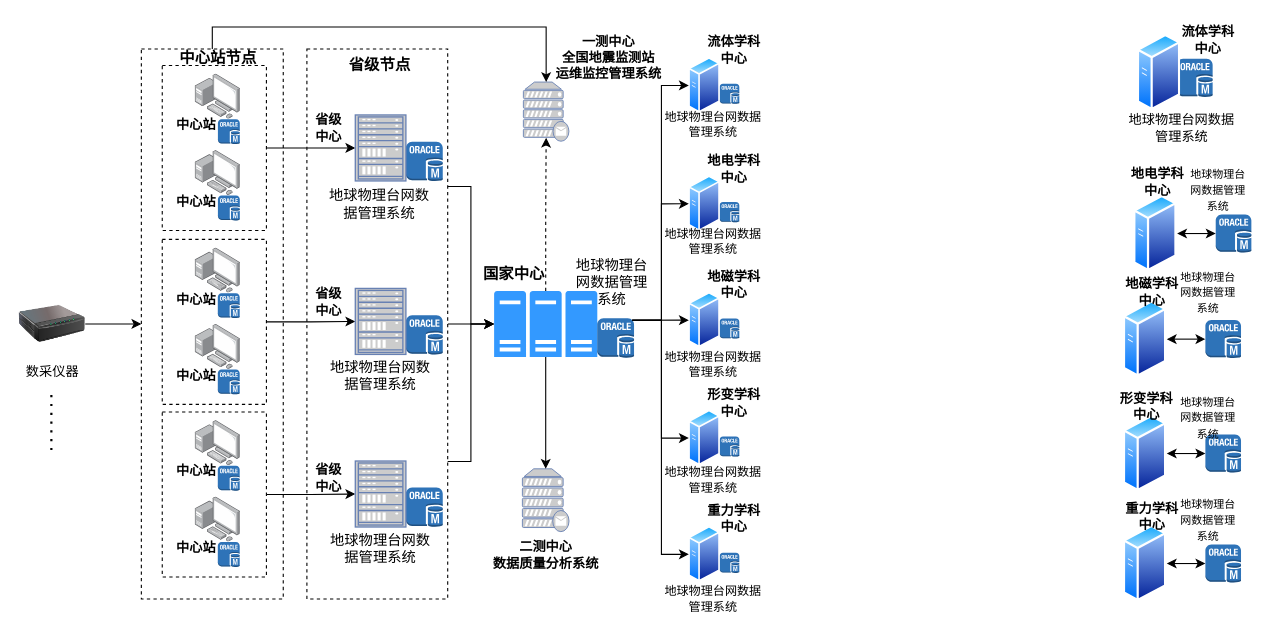
This is page "第 6 页" (6 of 16) of drawio/eq_network.drawio from raingnight/Blog_Pic, a draw.io file, before an edit. Source tidied: cells renumbered, new cells numbered last; positions are measured from the earlier drawing's top-left corner, leaving out a move shared by most shapes. Both pictures are drawn from the tidied source at 110%, with x=0, y=0 at pixel (19, 26).
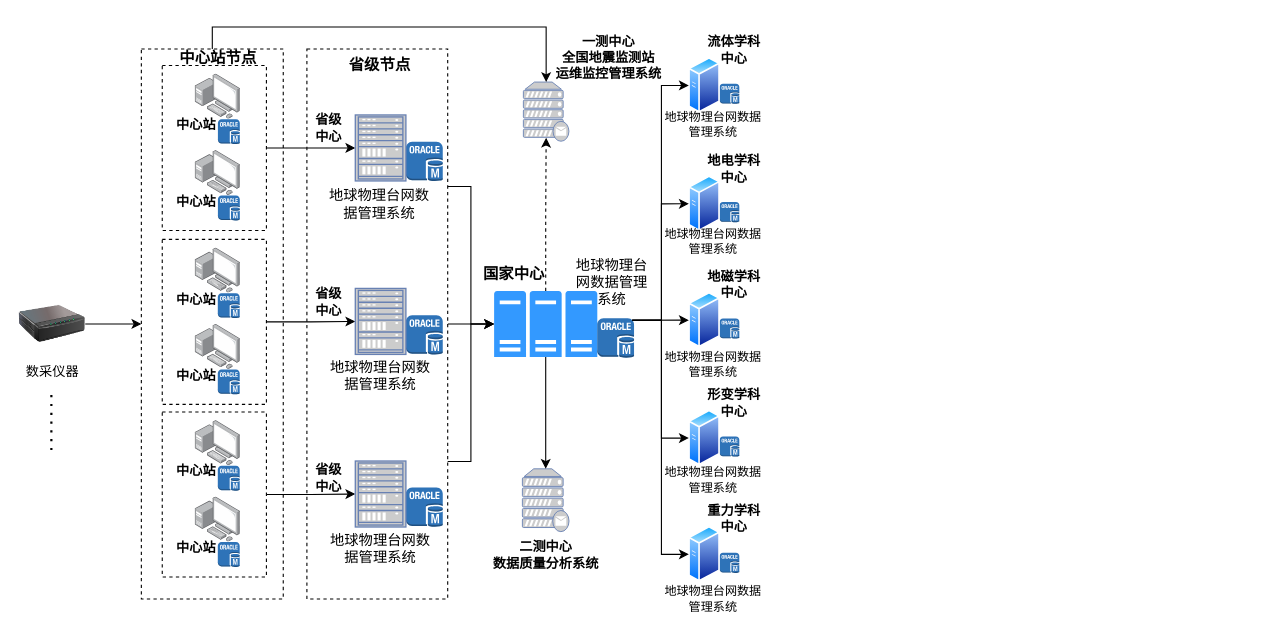
After the change.

The edit, as a diff of the source:
```diff
@@
-    <mxCell id="8" style="group;" parent="1" vertex="1">
-      <mxGeometry x="1000" y="333" width="110.7" height="90" as="geometry" />
-    </mxCell>
-    <mxCell id="9" style="outlineConnect=0;dashed=0;verticalLabelPosition=bottom;verticalAlign=top;align=center;html=1;shape=mxgraph.aws3.oracle_db_instance;fillColor=#2E73B8;gradientColor=none;" parent="8" vertex="1">
-      <mxGeometry x="78.3" y="37.4" width="32.4" height="34.8" as="geometry" />
-    </mxCell>
-    <mxCell id="10" style="image;perimeter=ellipsePerimeter;html=1;align=center;shadow=0;dashed=0;spacingTop=3;image=img/lib/active_directory/generic_server.svg;" parent="8" vertex="1">
-      <mxGeometry x="3.8" y="19.6" width="39.4" height="70.4" as="geometry" />
-    </mxCell>
-    <mxCell id="11" value="形变学科中心" style="text;html=1;strokeColor=none;fillColor=none;align=center;verticalAlign=middle;whiteSpace=wrap;rounded=0;fontStyle=1;" parent="8" vertex="1">
-      <mxGeometry width="50" height="23.5" as="geometry" />
-    </mxCell>
-    <mxCell id="12" style="edgeStyle=orthogonalEdgeStyle;rounded=0;jettySize=auto;html=1;exitX=1;exitY=0.5;exitDx=0;exitDy=0;entryX=0;entryY=0.5;entryDx=0;entryDy=0;entryPerimeter=0;startArrow=classic;startFill=1;" parent="8" edge="1" source="10" target="9">
-      <mxGeometry relative="1" as="geometry" />
-    </mxCell>
-    <mxCell id="13" value="&lt;font style=&quot;font-size: 10px;&quot;&gt;地球物理台网数据管理系统&lt;/font&gt;" style="text;html=1;strokeColor=none;fillColor=none;align=center;verticalAlign=middle;whiteSpace=wrap;rounded=0;" parent="8" vertex="1">
-      <mxGeometry x="50.7" y="7.4" width="60" height="30" as="geometry" />
-    </mxCell>
-    <mxCell id="14" style="group;" parent="1" vertex="1">
-      <mxGeometry x="1000" y="433" width="110.7" height="90" as="geometry" />
-    </mxCell>
-    <mxCell id="15" style="outlineConnect=0;dashed=0;verticalLabelPosition=bottom;verticalAlign=top;align=center;html=1;shape=mxgraph.aws3.oracle_db_instance;fillColor=#2E73B8;gradientColor=none;" parent="14" vertex="1">
-      <mxGeometry x="78.3" y="37.4" width="32.4" height="34.8" as="geometry" />
-    </mxCell>
-    <mxCell id="16" style="image;perimeter=ellipsePerimeter;html=1;align=center;shadow=0;dashed=0;spacingTop=3;image=img/lib/active_directory/generic_server.svg;" parent="14" vertex="1">
-      <mxGeometry x="3.8" y="19.6" width="39.4" height="70.4" as="geometry" />
-    </mxCell>
-    <mxCell id="17" value="重力学科中心" style="text;html=1;strokeColor=none;fillColor=none;align=center;verticalAlign=middle;whiteSpace=wrap;rounded=0;fontStyle=1;" parent="14" vertex="1">
-      <mxGeometry width="60" height="23.5" as="geometry" />
-    </mxCell>
-    <mxCell id="18" style="edgeStyle=orthogonalEdgeStyle;rounded=0;jettySize=auto;html=1;exitX=1;exitY=0.5;exitDx=0;exitDy=0;entryX=0;entryY=0.5;entryDx=0;entryDy=0;entryPerimeter=0;startArrow=classic;startFill=1;" parent="14" edge="1" source="16" target="15">
-      <mxGeometry relative="1" as="geometry" />
-    </mxCell>
-    <mxCell id="19" value="&lt;font style=&quot;font-size: 10px;&quot;&gt;地球物理台网数据管理系统&lt;/font&gt;" style="text;html=1;strokeColor=none;fillColor=none;align=center;verticalAlign=middle;whiteSpace=wrap;rounded=0;" parent="14" vertex="1">
-      <mxGeometry x="50.7" width="60" height="30" as="geometry" />
-    </mxCell>
-    <mxCell id="20" style="group;" parent="1" vertex="1">
-      <mxGeometry x="1009.4" y="133" width="110.7" height="90" as="geometry" />
-    </mxCell>
-    <mxCell id="21" style="outlineConnect=0;dashed=0;verticalLabelPosition=bottom;verticalAlign=top;align=center;html=1;shape=mxgraph.aws3.oracle_db_instance;fillColor=#2E73B8;gradientColor=none;" parent="20" vertex="1">
-      <mxGeometry x="78.3" y="37.4" width="32.4" height="34.8" as="geometry" />
-    </mxCell>
-    <mxCell id="22" style="image;perimeter=ellipsePerimeter;html=1;align=center;shadow=0;dashed=0;spacingTop=3;image=img/lib/active_directory/generic_server.svg;" parent="20" vertex="1">
-      <mxGeometry x="3.8" y="19.6" width="39.4" height="70.4" as="geometry" />
-    </mxCell>
-    <mxCell id="23" value="地电学科中心" style="text;html=1;strokeColor=none;fillColor=none;align=center;verticalAlign=middle;whiteSpace=wrap;rounded=0;fontStyle=1;" parent="20" vertex="1">
-      <mxGeometry x="0.7" y="-3.9" width="50" height="23.5" as="geometry" />
-    </mxCell>
-    <mxCell id="24" style="edgeStyle=orthogonalEdgeStyle;rounded=0;jettySize=auto;html=1;exitX=1;exitY=0.5;exitDx=0;exitDy=0;entryX=0;entryY=0.5;entryDx=0;entryDy=0;entryPerimeter=0;startArrow=classic;startFill=1;" parent="20" edge="1" source="22" target="21">
-      <mxGeometry relative="1" as="geometry" />
-    </mxCell>
-    <mxCell id="25" value="&lt;font style=&quot;font-size: 10px;&quot;&gt;地球物理台网数据管理系统&lt;/font&gt;" style="text;html=1;strokeColor=none;fillColor=none;align=center;verticalAlign=middle;whiteSpace=wrap;rounded=0;" parent="20" vertex="1">
-      <mxGeometry x="50.7" width="60" height="30" as="geometry" />
-    </mxCell>
-    <mxCell id="26" style="group;" parent="1" vertex="1">
-      <mxGeometry x="1000" y="229" width="110.7" height="90" as="geometry" />
-    </mxCell>
-    <mxCell id="27" style="outlineConnect=0;dashed=0;verticalLabelPosition=bottom;verticalAlign=top;align=center;html=1;shape=mxgraph.aws3.oracle_db_instance;fillColor=#2E73B8;gradientColor=none;" parent="26" vertex="1">
-      <mxGeometry x="78.3" y="37.4" width="32.4" height="34.8" as="geometry" />
-    </mxCell>
-    <mxCell id="28" style="image;perimeter=ellipsePerimeter;html=1;align=center;shadow=0;dashed=0;spacingTop=3;image=img/lib/active_directory/generic_server.svg;" parent="26" vertex="1">
-      <mxGeometry x="3.8" y="19.6" width="39.4" height="70.4" as="geometry" />
-    </mxCell>
-    <mxCell id="29" value="地磁学科中心" style="text;html=1;strokeColor=none;fillColor=none;align=center;verticalAlign=middle;whiteSpace=wrap;rounded=0;fontStyle=1;" parent="26" vertex="1">
-      <mxGeometry width="60" height="23.5" as="geometry" />
-    </mxCell>
-    <mxCell id="30" style="edgeStyle=orthogonalEdgeStyle;rounded=0;jettySize=auto;html=1;exitX=1;exitY=0.5;exitDx=0;exitDy=0;entryX=0;entryY=0.5;entryDx=0;entryDy=0;entryPerimeter=0;startArrow=classic;startFill=1;" parent="26" edge="1" source="28" target="27">
-      <mxGeometry relative="1" as="geometry" />
-    </mxCell>
-    <mxCell id="31" value="&lt;font style=&quot;font-size: 10px;&quot;&gt;地球物理台网数据管理系统&lt;/font&gt;" style="text;html=1;strokeColor=none;fillColor=none;align=center;verticalAlign=middle;whiteSpace=wrap;rounded=0;" parent="26" vertex="1">
-      <mxGeometry x="50.7" y="-3.3" width="60" height="30" as="geometry" />
-    </mxCell>
@@
-    <mxCell id="77" style="dashed=0;verticalLabelPosition=bottom;verticalAlign=top;align=center;html=1;shape=mxgraph.aws3.oracle_db_instance;fillColor=#2E73B8;gradientColor=none;" parent="1" vertex="1">
-      <mxGeometry x="1052.5" y="29" width="32.4" height="34.8" as="geometry" />
-    </mxCell>
-    <mxCell id="78" style="image;perimeter=ellipsePerimeter;html=1;align=center;shadow=0;dashed=0;spacingTop=3;image=img/lib/active_directory/generic_server.svg;" parent="1" vertex="1">
-      <mxGeometry x="1016.5" y="6.3" width="39.4" height="70.4" as="geometry" />
-    </mxCell>
-    <mxCell id="79" value="流体学科中心" style="text;html=1;strokeColor=none;fillColor=none;align=center;verticalAlign=middle;whiteSpace=wrap;rounded=0;fontStyle=1;fontSize=12;" parent="1" vertex="1">
-      <mxGeometry x="1050.7" width="60" height="23.5" as="geometry" />
-    </mxCell>
-    <mxCell id="80" value="&lt;font style=&quot;font-size: 12px;&quot;&gt;地球物理台网数据管理系统&lt;/font&gt;" style="text;html=1;strokeColor=none;fillColor=none;align=center;verticalAlign=middle;whiteSpace=wrap;rounded=0;fontSize=12;" parent="1" vertex="1">
-      <mxGeometry x="1004.4" y="76.7" width="106.2" height="30" as="geometry" />
-    </mxCell>
```
